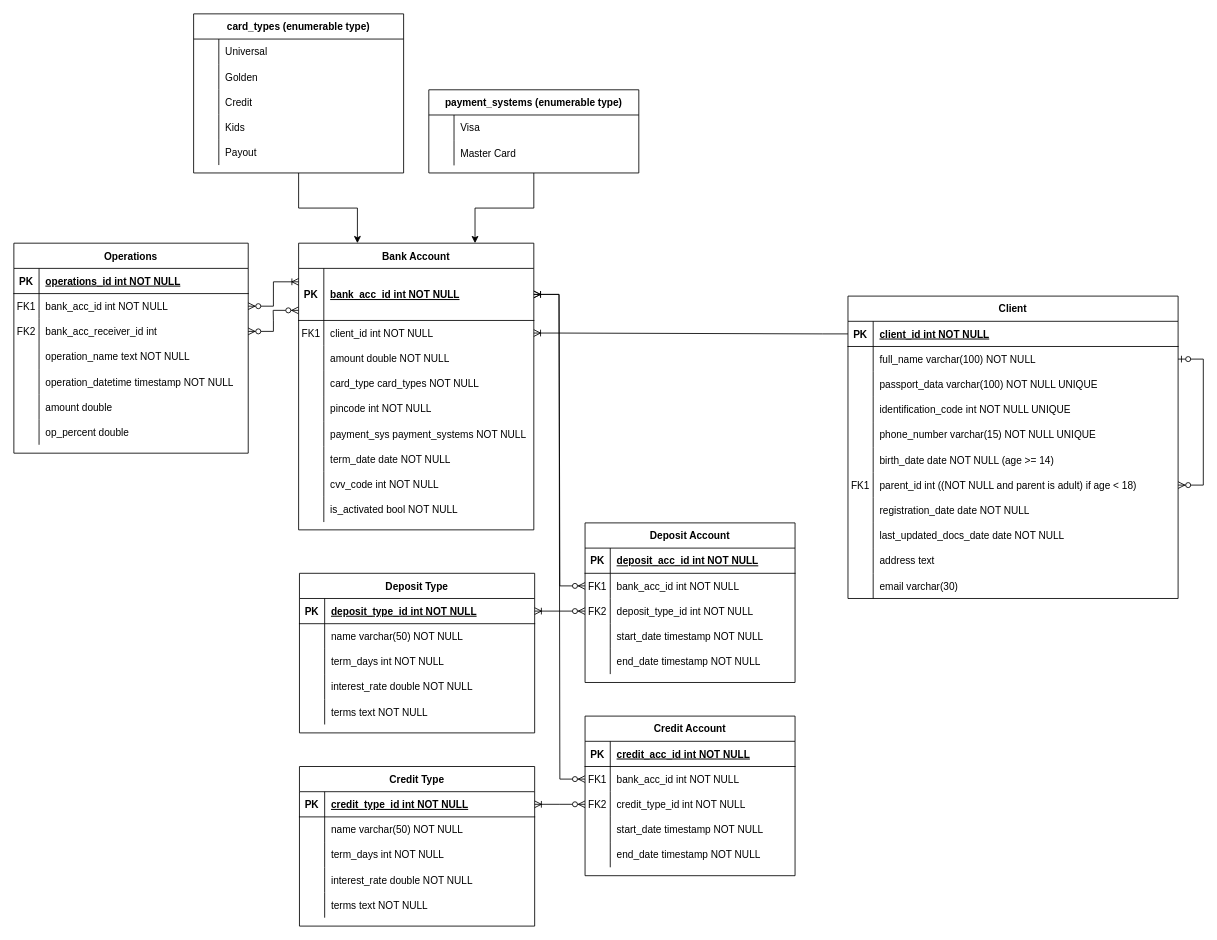
Above: MyDB (6).drawio in kallDun/DrawIO (draw.io), before the change. Source tidied: cells renumbered, new cells numbered last; positions are measured from the earlier drawing's top-left corner, leaving out a move shared by most shapes. Both pictures are drawn from the tidied source at 84%, with x=0, y=0 at pixel (13, 13).
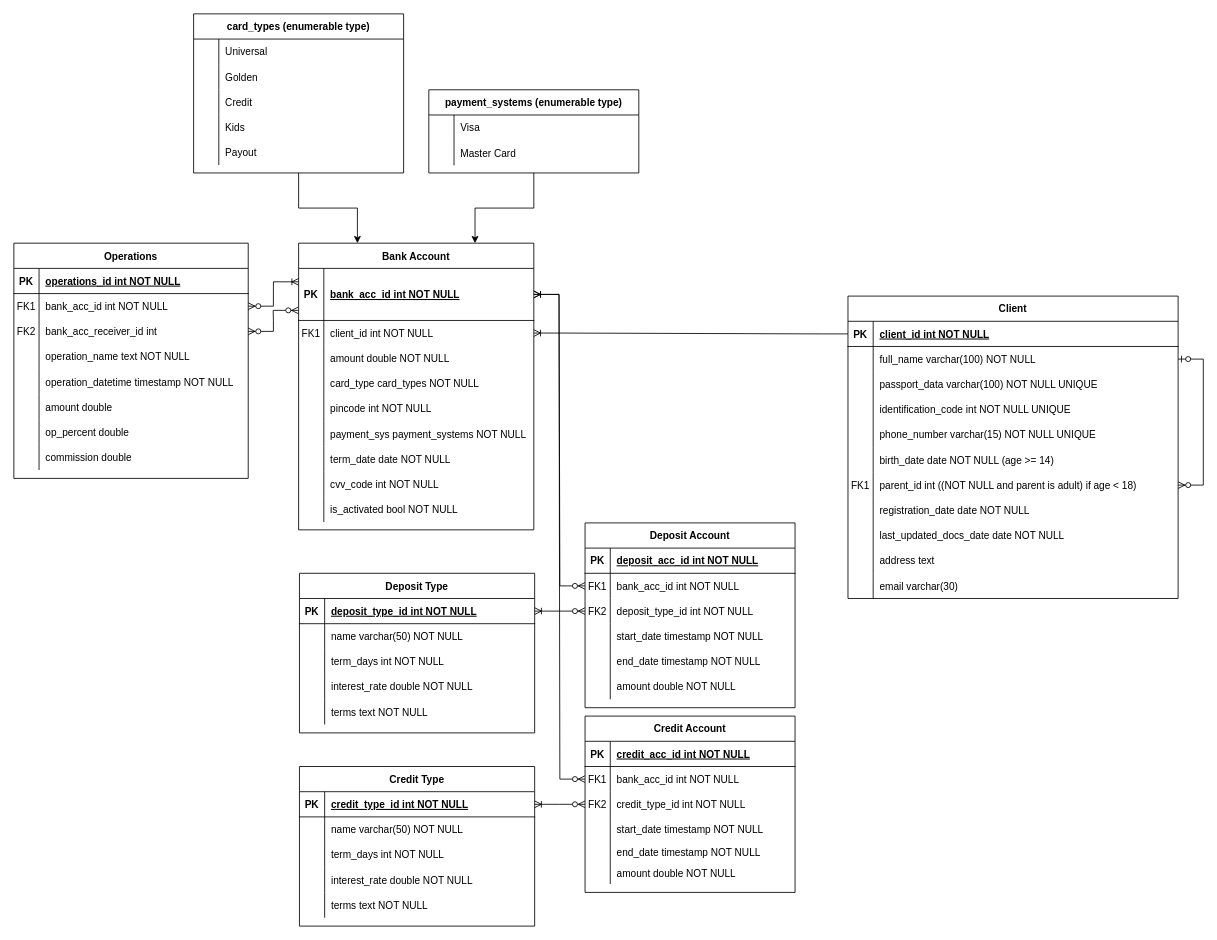
The same page after the edit.

The edit, as a diff of the source:
```diff
@@
     <mxCell id="53" value="Deposit Account" style="shape=table;startSize=30;childLayout=tableLayout;rowLines=0;fontStyle=1;align=center;" parent="1" vertex="1">
-      <mxGeometry x="680" y="606" width="250" height="190" as="geometry" />
+      <mxGeometry x="680" y="606" width="250" height="220" as="geometry" />
     </mxCell>
@@
+    <mxCell id="183" style="shape=partialRectangle;fillColor=none;top=0;left=0;right=0;bottom=0;" parent="53" vertex="1">
+      <mxGeometry y="180" width="250" height="30" as="geometry" />
+    </mxCell>
+    <mxCell id="184" style="shape=partialRectangle;overflow=hidden;fillColor=none;top=0;left=0;bottom=0;right=0;" parent="183" vertex="1">
+      <mxGeometry width="30" height="30" as="geometry" />
+    </mxCell>
+    <mxCell id="185" value="amount double NOT NULL" style="shape=partialRectangle;overflow=hidden;fillColor=none;top=0;left=0;bottom=0;right=0;align=left;spacingLeft=6;" parent="183" vertex="1">
+      <mxGeometry x="30" width="220" height="30" as="geometry" />
+    </mxCell>
@@
     <mxCell id="99" value="Operations" style="shape=table;startSize=30;childLayout=tableLayout;rowLines=0;fontStyle=1;align=center;" parent="1" vertex="1">
-      <mxGeometry y="273" width="279" height="250" as="geometry" />
+      <mxGeometry y="273" width="279" height="280" as="geometry" />
     </mxCell>
@@
+    <mxCell id="186" style="shape=partialRectangle;fillColor=none;top=0;left=0;right=0;bottom=0;" parent="99" vertex="1">
+      <mxGeometry y="240" width="279" height="30" as="geometry" />
+    </mxCell>
+    <mxCell id="187" style="shape=partialRectangle;overflow=hidden;fillColor=none;top=0;left=0;bottom=0;right=0;" parent="186" vertex="1">
+      <mxGeometry width="30" height="30" as="geometry" />
+    </mxCell>
+    <mxCell id="188" value="commission double" style="shape=partialRectangle;overflow=hidden;fillColor=none;top=0;left=0;bottom=0;right=0;align=left;spacingLeft=6;" parent="186" vertex="1">
+      <mxGeometry x="30" width="249" height="30" as="geometry" />
+    </mxCell>
@@
     <mxCell id="137" value="Credit Account" style="shape=table;startSize=30;childLayout=tableLayout;rowLines=0;fontStyle=1;align=center;" parent="1" vertex="1">
-      <mxGeometry x="680" y="836" width="250" height="190" as="geometry" />
+      <mxGeometry x="680" y="836" width="250" height="209.9" as="geometry" />
     </mxCell>
@@
     <mxCell id="150" style="shape=partialRectangle;fillColor=none;top=0;left=0;right=0;bottom=0;" parent="137" vertex="1">
-      <mxGeometry y="150" width="250" height="30" as="geometry" />
+      <mxGeometry y="150" width="250" height="25" as="geometry" />
     </mxCell>
     <mxCell id="151" style="shape=partialRectangle;overflow=hidden;fillColor=none;top=0;left=0;bottom=0;right=0;" parent="150" vertex="1">
-      <mxGeometry width="30" height="30" as="geometry" />
+      <mxGeometry width="30" height="25" as="geometry" />
     </mxCell>
     <mxCell id="152" value="end_date timestamp NOT NULL" style="shape=partialRectangle;overflow=hidden;fillColor=none;top=0;left=0;bottom=0;right=0;align=left;spacingLeft=6;" parent="150" vertex="1">
-      <mxGeometry x="30" width="220" height="30" as="geometry" />
+      <mxGeometry x="30" width="220" height="25" as="geometry" />
     </mxCell>
+    <mxCell id="189" style="shape=partialRectangle;fillColor=none;top=0;left=0;right=0;bottom=0;" parent="137" vertex="1">
+      <mxGeometry y="175" width="250" height="25" as="geometry" />
+    </mxCell>
+    <mxCell id="190" style="shape=partialRectangle;overflow=hidden;fillColor=none;top=0;left=0;bottom=0;right=0;" parent="189" vertex="1">
+      <mxGeometry width="30" height="25" as="geometry" />
+    </mxCell>
+    <mxCell id="191" value="amount double NOT NULL" style="shape=partialRectangle;overflow=hidden;fillColor=none;top=0;left=0;bottom=0;right=0;align=left;spacingLeft=6;" parent="189" vertex="1">
+      <mxGeometry x="30" width="220" height="25" as="geometry" />
+    </mxCell>
```
